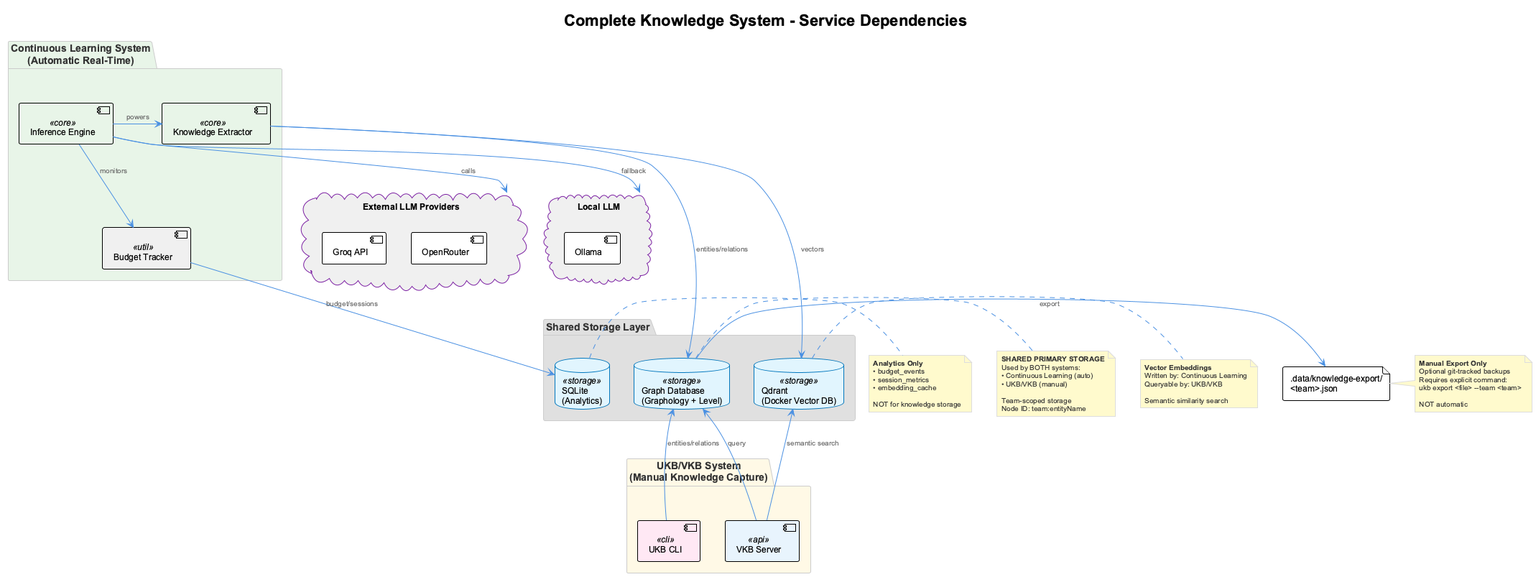
fwornle/coding keeps this PlantUML diagram as docs/images/complete-knowledge-system-dependencies.png. Above is the earlier version. The source it was exported from:
```plantuml
@startuml
!include _standard-style.puml

title Complete Knowledge System - Service Dependencies

top to bottom direction

package "Continuous Learning System\n(Automatic Real-Time)" as cls #E8F5E8 {
  [Inference Engine] <<core>>
  [Budget Tracker] <<util>>
  [Knowledge Extractor] <<core>>
}

package "UKB/VKB System\n(Manual Knowledge Capture)" as ukb #FFF9E6 {
  [UKB CLI] <<cli>>
  [VKB Server] <<api>>
}

package "Shared Storage Layer" as storage #E0E0E0 {
  database "Graph Database\n(Graphology + Level)" as graphdb <<storage>>
  database "Qdrant\n(Docker Vector DB)" as qdrant <<storage>>
  database "SQLite\n(Analytics)" as sqlite <<storage>>
}

cloud "External LLM Providers" as llm #F0F0F0 {
  [Groq API]
  [OpenRouter]
}

cloud "Local LLM" as local #F0F0F0 {
  [Ollama]
}

file ".data/knowledge-export/\n<team>.json" as json

[Inference Engine] -down-> [Budget Tracker] : monitors
[Inference Engine] -right-> [Knowledge Extractor] : powers
[Inference Engine] -down-> llm : calls
[Inference Engine] -down-> local : fallback

[Knowledge Extractor] -down-> graphdb : entities/relations
[Knowledge Extractor] -down-> qdrant : vectors
[Budget Tracker] -down-> sqlite : budget/sessions

[UKB CLI] -down-> graphdb : entities/relations
[VKB Server] -up-> graphdb : query
[VKB Server] -up-> qdrant : semantic search

graphdb -right-> json : export

note right of graphdb
  **SHARED PRIMARY STORAGE**
  Used by BOTH systems:
  • Continuous Learning (auto)
  • UKB/VKB (manual)

  Team-scoped storage
  Node ID: team:entityName
end note

note right of qdrant
  **Vector Embeddings**
  Written by: Continuous Learning
  Queryable by: UKB/VKB

  Semantic similarity search
end note

note right of sqlite
  **Analytics Only**
  • budget_events
  • session_metrics
  • embedding_cache

  NOT for knowledge storage
end note

note right of json
  **Manual Export Only**
  Optional git-tracked backups
  Requires explicit command:
  ukb export <file> --team <team>

  NOT automatic
end note

@enduml
```
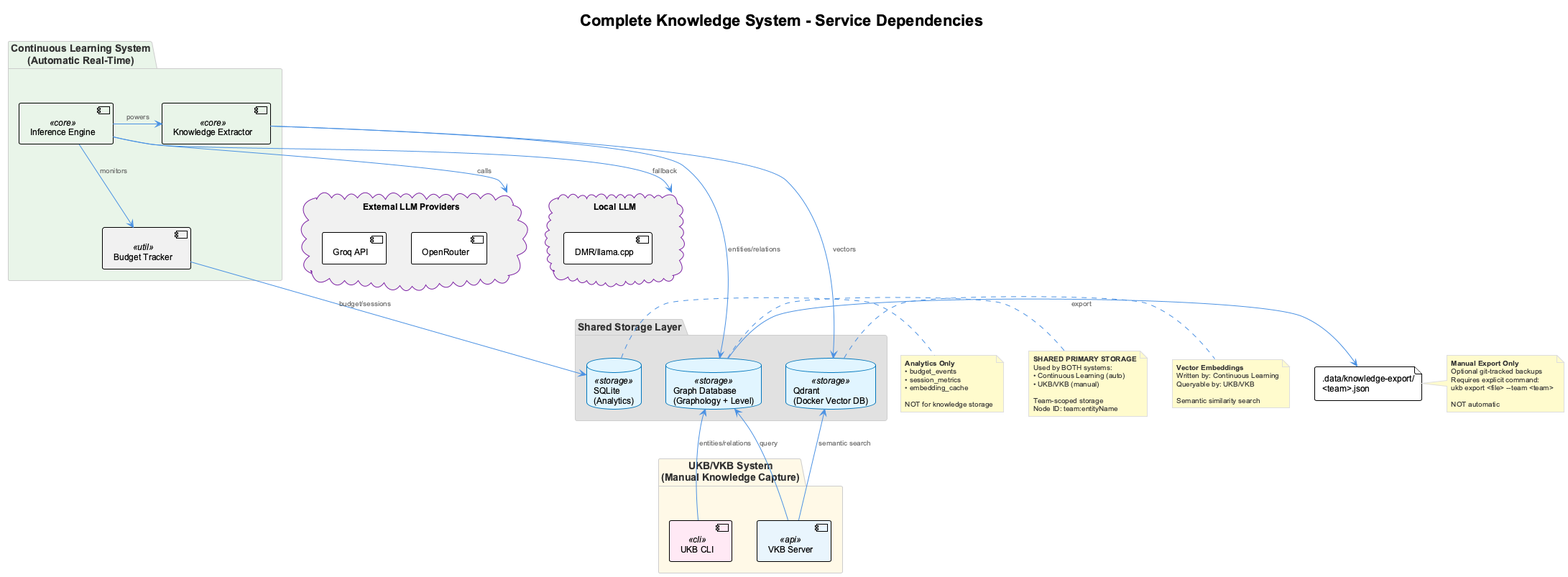
After the commit.

Change to the diagram source:
```diff
@@ -28,7 +28,7 @@
 }
 
 cloud "Local LLM" as local #F0F0F0 {
-  [Ollama]
+  [DMR/llama.cpp]
 }
 
 file ".data/knowledge-export/\n<team>.json" as json
```
